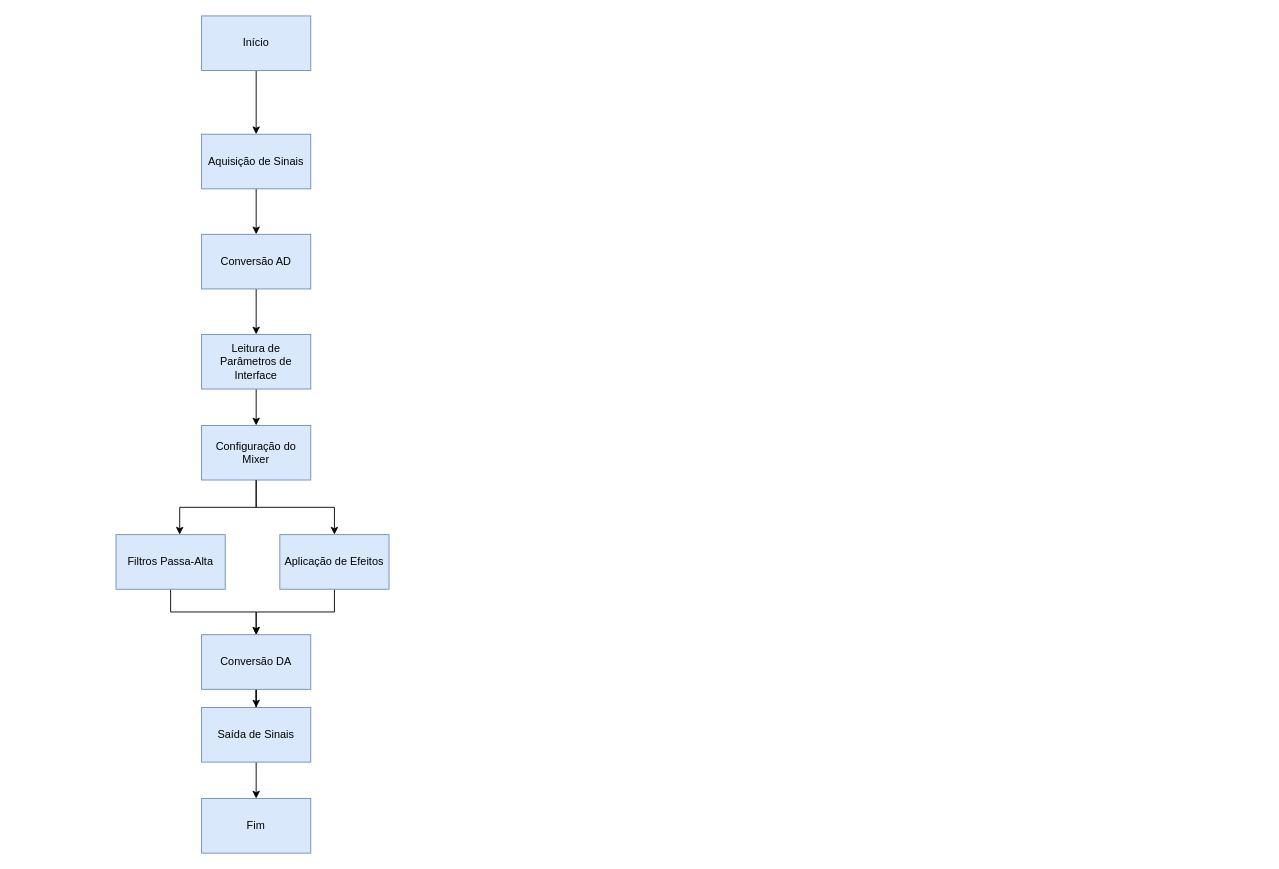
This is Diagrama sem nome.drawio from joselitopradomarques/tcc, a draw.io file, before an edit. Source tidied: cells renumbered, new cells numbered last; positions are measured from the earlier drawing's top-left corner, leaving out a move shared by most shapes. Both pictures are drawn from the tidied source at 91%, with x=0, y=0 at pixel (116, 15).
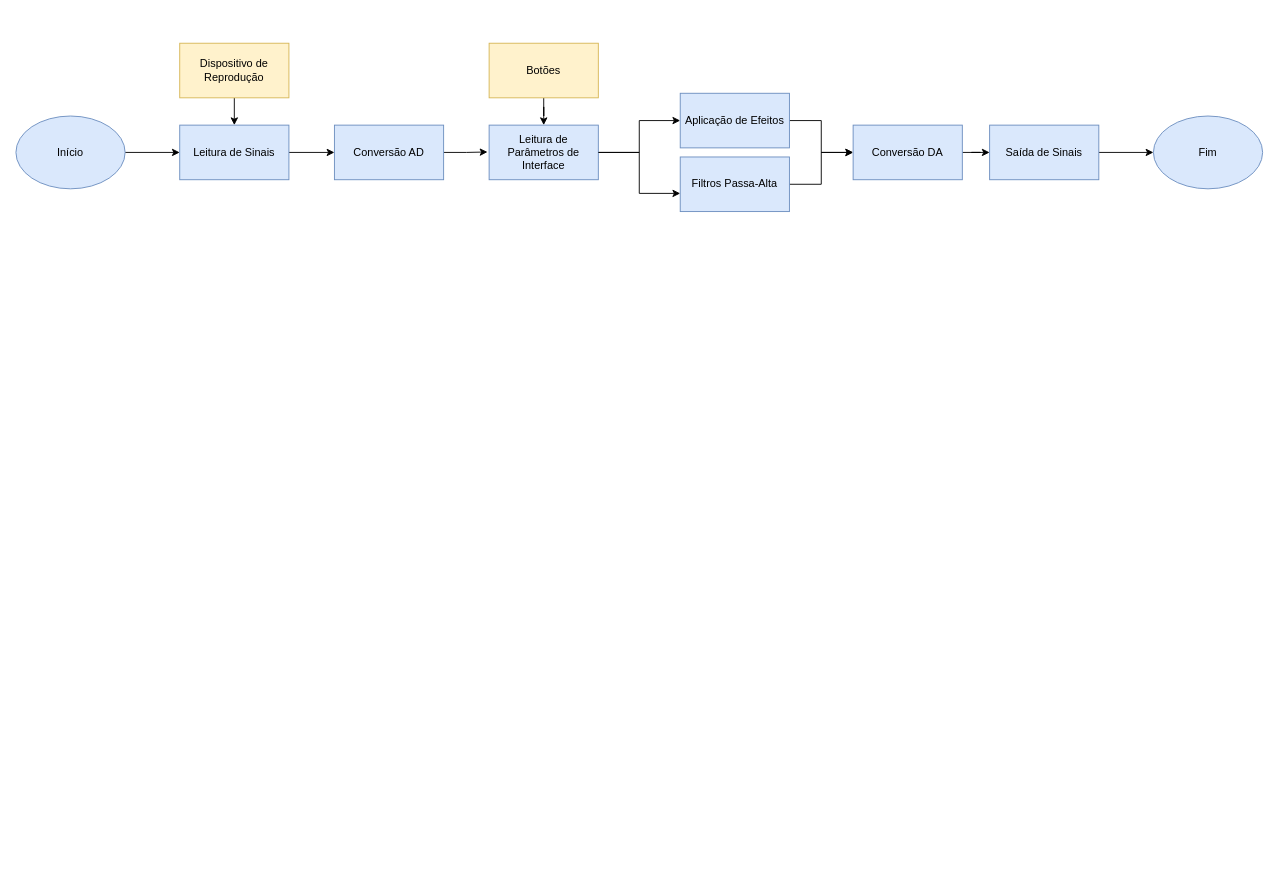
Above is the later version.

Diff of the diagram source:
```diff
@@
-    <mxCell id="2" style="edgeStyle=orthogonalEdgeStyle;rounded=0;jettySize=auto;html=1;" parent="1" edge="1" source="3" target="5">
-      <mxGeometry relative="1" as="geometry" />
-    </mxCell>
-    <mxCell id="3" value="Início" style="rounded=0;whiteSpace=wrap;html=1;fillColor=#dae8fc;strokeColor=#6c8ebf;" parent="1" vertex="1">
-      <mxGeometry x="94" width="120" height="60" as="geometry" />
-    </mxCell>
@@
-    <mxCell id="5" value="Aquisição de Sinais" style="rounded=0;whiteSpace=wrap;html=1;fillColor=#dae8fc;strokeColor=#6c8ebf;" parent="1" vertex="1">
-      <mxGeometry x="94" y="130" width="120" height="60" as="geometry" />
+    <mxCell id="5" value="Leitura de Sinais" style="rounded=0;whiteSpace=wrap;html=1;fillColor=#dae8fc;strokeColor=#6c8ebf;" parent="1" vertex="1">
+      <mxGeometry x="70" y="120" width="120" height="60" as="geometry" />
     </mxCell>
-    <mxCell id="6" style="edgeStyle=orthogonalEdgeStyle;rounded=0;jettySize=auto;html=1;entryX=0.5;entryY=0;entryDx=0;entryDy=0;" parent="1" edge="1" source="7" target="9">
+    <mxCell id="6" style="edgeStyle=orthogonalEdgeStyle;rounded=0;jettySize=auto;html=1;entryX=-0.015;entryY=0.492;entryDx=0;entryDy=0;entryPerimeter=0;" parent="1" edge="1" source="7" target="9">
       <mxGeometry relative="1" as="geometry" />
     </mxCell>
     <mxCell id="7" value="Conversão AD" style="rounded=0;whiteSpace=wrap;html=1;fillColor=#dae8fc;strokeColor=#6c8ebf;" parent="1" vertex="1">
-      <mxGeometry x="94" y="240" width="120" height="60" as="geometry" />
+      <mxGeometry x="240" y="120" width="120" height="60" as="geometry" />
     </mxCell>
-    <mxCell id="8" style="edgeStyle=orthogonalEdgeStyle;rounded=0;jettySize=auto;html=1;entryX=0.5;entryY=0;entryDx=0;entryDy=0;" parent="1" edge="1" source="9" target="11">
-      <mxGeometry relative="1" as="geometry" />
-    </mxCell>
+    <mxCell id="22" style="edgeStyle=orthogonalEdgeStyle;rounded=0;jettySize=auto;html=1;entryX=0;entryY=0.5;entryDx=0;entryDy=0;" parent="1" edge="1" source="9" target="15">
+      <mxGeometry relative="1" as="geometry" />
+    </mxCell>
     <mxCell id="9" value="Leitura de Parâmetros de Interface" style="rounded=0;whiteSpace=wrap;html=1;fillColor=#dae8fc;strokeColor=#6c8ebf;" parent="1" vertex="1">
-      <mxGeometry x="94" y="350" width="120" height="60" as="geometry" />
+      <mxGeometry x="410" y="120" width="120" height="60" as="geometry" />
     </mxCell>
-    <mxCell id="10" style="edgeStyle=orthogonalEdgeStyle;rounded=0;jettySize=auto;html=1;" parent="1" edge="1" source="11" target="15">
-      <mxGeometry relative="1" as="geometry" />
-    </mxCell>
-    <mxCell id="11" value="Configuração do Mixer" style="rounded=0;whiteSpace=wrap;html=1;fillColor=#dae8fc;strokeColor=#6c8ebf;" parent="1" vertex="1">
-      <mxGeometry x="94" y="450" width="120" height="60" as="geometry" />
-    </mxCell>
-    <mxCell id="12" style="edgeStyle=orthogonalEdgeStyle;rounded=0;jettySize=auto;html=1;" parent="1" edge="1" source="13" target="17">
+    <mxCell id="12" style="edgeStyle=orthogonalEdgeStyle;rounded=0;jettySize=auto;html=1;entryX=0;entryY=0.5;entryDx=0;entryDy=0;" parent="1" edge="1" source="13" target="17">
       <mxGeometry relative="1" as="geometry" />
     </mxCell>
     <mxCell id="13" value="Filtros Passa-Alta" style="rounded=0;whiteSpace=wrap;html=1;fillColor=#dae8fc;strokeColor=#6c8ebf;" parent="1" vertex="1">
-      <mxGeometry y="570" width="120" height="60" as="geometry" />
+      <mxGeometry x="620" y="155" width="120" height="60" as="geometry" />
     </mxCell>
-    <mxCell id="14" style="edgeStyle=orthogonalEdgeStyle;rounded=0;jettySize=auto;html=1;" parent="1" edge="1" source="15" target="17">
+    <mxCell id="14" style="edgeStyle=orthogonalEdgeStyle;rounded=0;jettySize=auto;html=1;entryX=0;entryY=0.5;entryDx=0;entryDy=0;" parent="1" edge="1" source="15" target="17">
       <mxGeometry relative="1" as="geometry" />
     </mxCell>
     <mxCell id="15" value="Aplicação de Efeitos" style="rounded=0;whiteSpace=wrap;html=1;fillColor=#dae8fc;strokeColor=#6c8ebf;" parent="1" vertex="1">
-      <mxGeometry x="180" y="570" width="120" height="60" as="geometry" />
+      <mxGeometry x="620" y="85" width="120" height="60" as="geometry" />
     </mxCell>
-    <mxCell id="16" style="edgeStyle=orthogonalEdgeStyle;rounded=0;jettySize=auto;html=1;exitX=0.5;exitY=1;exitDx=0;exitDy=0;" parent="1" edge="1" source="17" target="19">
+    <mxCell id="16" style="edgeStyle=orthogonalEdgeStyle;rounded=0;jettySize=auto;html=1;entryX=0;entryY=0.5;entryDx=0;entryDy=0;" parent="1" edge="1" source="17" target="19">
       <mxGeometry relative="1" as="geometry" />
     </mxCell>
     <mxCell id="17" value="Conversão DA" style="rounded=0;whiteSpace=wrap;html=1;fillColor=#dae8fc;strokeColor=#6c8ebf;" parent="1" vertex="1">
-      <mxGeometry x="94" y="680" width="120" height="60" as="geometry" />
+      <mxGeometry x="810" y="120" width="120" height="60" as="geometry" />
     </mxCell>
-    <mxCell id="18" style="edgeStyle=orthogonalEdgeStyle;rounded=0;jettySize=auto;html=1;" parent="1" edge="1" source="19" target="20">
+    <mxCell id="18" style="edgeStyle=orthogonalEdgeStyle;rounded=0;jettySize=auto;html=1;exitX=1;exitY=0.5;exitDx=0;exitDy=0;entryX=0;entryY=0.5;entryDx=0;entryDy=0;" parent="1" edge="1" source="19" target="20">
       <mxGeometry relative="1" as="geometry" />
     </mxCell>
     <mxCell id="19" value="Saída de Sinais" style="rounded=0;whiteSpace=wrap;html=1;fillColor=#dae8fc;strokeColor=#6c8ebf;" parent="1" vertex="1">
-      <mxGeometry x="94" y="760" width="120" height="60" as="geometry" />
+      <mxGeometry x="960" y="120" width="120" height="60" as="geometry" />
     </mxCell>
+    <mxCell id="23" style="edgeStyle=orthogonalEdgeStyle;rounded=0;jettySize=auto;html=1;exitX=0.5;exitY=1;exitDx=0;exitDy=0;" parent="1" edge="1" source="24" target="9">
+      <mxGeometry relative="1" as="geometry" />
+    </mxCell>
+    <mxCell id="24" value="Botões" style="rounded=0;whiteSpace=wrap;html=1;fillColor=#fff2cc;strokeColor=#d6b656;" parent="1" vertex="1">
+      <mxGeometry x="410" y="30" width="120" height="60" as="geometry" />
+    </mxCell>
+    <mxCell id="25" style="edgeStyle=orthogonalEdgeStyle;rounded=0;jettySize=auto;html=1;exitX=0.5;exitY=1;exitDx=0;exitDy=0;entryX=0.5;entryY=0;entryDx=0;entryDy=0;" parent="1" edge="1" source="26" target="5">
+      <mxGeometry relative="1" as="geometry" />
+    </mxCell>
+    <mxCell id="26" value="Dispositivo de Reprodução" style="rounded=0;whiteSpace=wrap;html=1;fillColor=#fff2cc;strokeColor=#d6b656;" parent="1" vertex="1">
+      <mxGeometry x="70" y="30" width="120" height="60" as="geometry" />
+    </mxCell>
+    <mxCell id="27" style="edgeStyle=orthogonalEdgeStyle;rounded=0;jettySize=auto;html=1;entryX=0;entryY=0.667;entryDx=0;entryDy=0;entryPerimeter=0;" parent="1" edge="1" source="9" target="13">
+      <mxGeometry relative="1" as="geometry" />
+    </mxCell>
+    <mxCell id="2" style="edgeStyle=orthogonalEdgeStyle;rounded=0;jettySize=auto;html=1;entryX=0;entryY=0.5;entryDx=0;entryDy=0;" parent="1" edge="1" source="3" target="5">
+      <mxGeometry relative="1" as="geometry" />
+    </mxCell>
+    <mxCell id="3" value="Início" style="ellipse;whiteSpace=wrap;html=1;fillColor=#dae8fc;strokeColor=#6c8ebf;" parent="1" vertex="1">
+      <mxGeometry x="-110" y="110" width="120" height="80" as="geometry" />
+    </mxCell>
-    <mxCell id="20" value="Fim" style="rounded=0;whiteSpace=wrap;html=1;fillColor=#dae8fc;strokeColor=#6c8ebf;" parent="1" vertex="1">
-      <mxGeometry x="94" y="860" width="120" height="60" as="geometry" />
+    <mxCell id="20" value="Fim" style="ellipse;whiteSpace=wrap;html=1;fillColor=#dae8fc;strokeColor=#6c8ebf;" parent="1" vertex="1">
+      <mxGeometry x="1140" y="110" width="120" height="80" as="geometry" />
     </mxCell>
-    <mxCell id="21" style="edgeStyle=orthogonalEdgeStyle;rounded=0;jettySize=auto;html=1;entryX=0.583;entryY=0;entryDx=0;entryDy=0;entryPerimeter=0;" parent="1" edge="1" source="11" target="13">
-      <mxGeometry relative="1" as="geometry" />
-    </mxCell>
```
